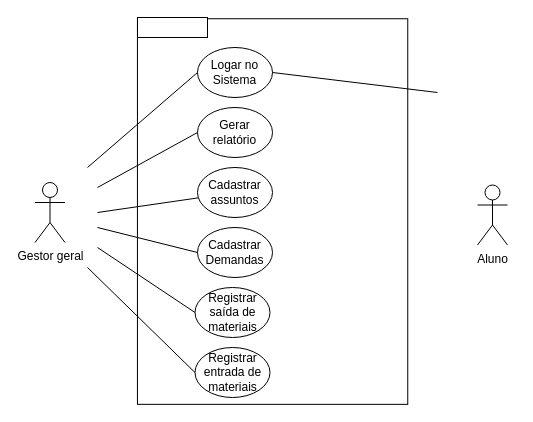
Earlier version of the draw.io diagram DiagramaCasodeUso.drawio (Thiago18l/APS.2020.1). Source tidied: cells renumbered, new cells numbered last; positions are measured from the earlier drawing's top-left corner, leaving out a move shared by most shapes. Both pictures are drawn from the tidied source at 100%, with x=0, y=0 at pixel (35, 17).
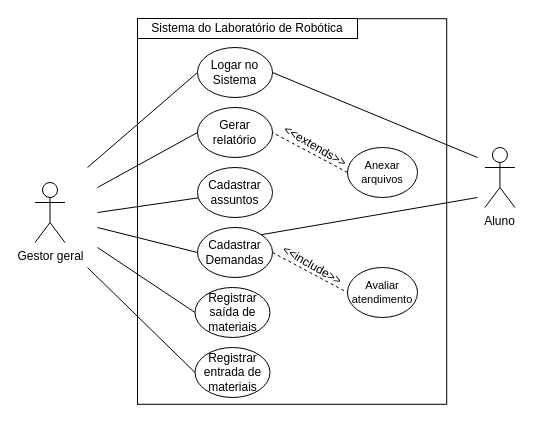
After the change.

Unchanged cells that the change refers to:
```xml
<mxCell id="3" value="Gerar relatório" style="ellipse;whiteSpace=wrap;html=1;" parent="1" vertex="1">
  <mxGeometry x="162" y="90" width="75" height="50" as="geometry" />
</mxCell>
<mxCell id="5" value="Logar no Sistema" style="ellipse;whiteSpace=wrap;html=1;" parent="1" vertex="1">
  <mxGeometry x="162" y="30" width="75" height="50" as="geometry" />
</mxCell>
<mxCell id="17" value="&lt;div&gt;Cadastrar&lt;/div&gt;&lt;div&gt;Demandas&lt;br&gt;&lt;/div&gt;" style="ellipse;whiteSpace=wrap;html=1;" parent="1" vertex="1">
  <mxGeometry x="162" y="210" width="75" height="50" as="geometry" />
</mxCell>
```

Change to the diagram source:
```diff
@@
     <mxCell id="2" style="rounded=0;whiteSpace=wrap;html=1;rotation=90;" parent="1" vertex="1">
-      <mxGeometry x="44.3" y="58.9" width="385.6" height="270.3" as="geometry" />
+      <mxGeometry x="63.8" y="39.4" width="385.6" height="309.2" as="geometry" />
     </mxCell>
@@
     <mxCell id="10" value="&lt;div&gt;Aluno&lt;/div&gt;&lt;div&gt;&lt;br&gt;&lt;/div&gt;" style="shape=umlActor;verticalLabelPosition=bottom;verticalAlign=top;html=1;" parent="1" vertex="1">
-      <mxGeometry x="442" y="167.5" width="30" height="60" as="geometry" />
+      <mxGeometry x="449.4" y="130" width="30" height="60" as="geometry" />
     </mxCell>
@@
     <mxCell id="15" style="rounded=0;jettySize=auto;html=1;endArrow=none;endFill=0;exitX=1;exitY=0.5;exitDx=0;exitDy=0;" parent="1" edge="1" source="5">
       <mxGeometry relative="1" as="geometry">
-        <mxPoint x="402" y="75" as="targetPoint" />
+        <mxPoint x="442" y="140" as="targetPoint" />
       </mxGeometry>
     </mxCell>
-    <mxCell id="16" style="rounded=0;whiteSpace=wrap;html=1;" parent="1" vertex="1">
-      <mxGeometry x="102" width="70" height="20" as="geometry" />
+    <mxCell id="16" value="Sistema do Laboratório de Robótica" style="rounded=0;whiteSpace=wrap;html=1;" parent="1" vertex="1">
+      <mxGeometry x="102" y="1" width="220" height="20" as="geometry" />
     </mxCell>
+    <mxCell id="19" style="edgeStyle=none;rounded=0;jettySize=auto;html=1;exitX=1;exitY=0.5;exitDx=0;exitDy=0;entryX=0;entryY=0.5;entryDx=0;entryDy=0;endArrow=none;endFill=0;dashed=1;" parent="1" edge="1" source="17" target="20">
+      <mxGeometry relative="1" as="geometry" />
+    </mxCell>
@@
+    <mxCell id="20" value="Avaliar atendimento" style="ellipse;whiteSpace=wrap;html=1;fontSize=11;" parent="1" vertex="1">
+      <mxGeometry x="312" y="250" width="70" height="50" as="geometry" />
+    </mxCell>
+    <mxCell id="21" value="&amp;lt;&amp;lt;include&amp;gt;&amp;gt;" style="text;html=1;strokeColor=none;fillColor=none;align=center;verticalAlign=middle;whiteSpace=wrap;rounded=0;rotation=30;" parent="1" vertex="1">
+      <mxGeometry x="257" y="238" width="40" height="20" as="geometry" />
+    </mxCell>
+    <mxCell id="22" style="rounded=0;jettySize=auto;html=1;endArrow=none;endFill=0;exitX=1;exitY=0;exitDx=0;exitDy=0;" parent="1" edge="1" source="17">
+      <mxGeometry relative="1" as="geometry">
+        <mxPoint x="442" y="180" as="targetPoint" />
+      </mxGeometry>
+    </mxCell>
+    <mxCell id="23" style="edgeStyle=none;rounded=0;jettySize=auto;html=1;exitX=0;exitY=0.5;exitDx=0;exitDy=0;entryX=1;entryY=0.5;entryDx=0;entryDy=0;dashed=1;endArrow=none;endFill=0;fontSize=11;" parent="1" edge="1" source="24" target="3">
+      <mxGeometry relative="1" as="geometry" />
+    </mxCell>
+    <mxCell id="24" value="Anexar arquivos" style="ellipse;whiteSpace=wrap;html=1;fontSize=11;" parent="1" vertex="1">
+      <mxGeometry x="312" y="130" width="70" height="50" as="geometry" />
+    </mxCell>
+    <mxCell id="25" value="&amp;lt;&amp;lt;extends&amp;gt;&amp;gt;" style="text;html=1;strokeColor=none;fillColor=none;align=center;verticalAlign=middle;whiteSpace=wrap;rounded=0;rotation=30;" parent="1" vertex="1">
+      <mxGeometry x="260" y="119" width="40" height="20" as="geometry" />
+    </mxCell>
```
